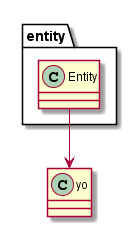
This is uml/classes_001.png from the-zucc/coureur-de-bois, a PlantUML export, as it was before one commit. The source it was exported from:
```plantuml
@startuml
class yo{

}
entity.Entity --> yo
@enduml
```
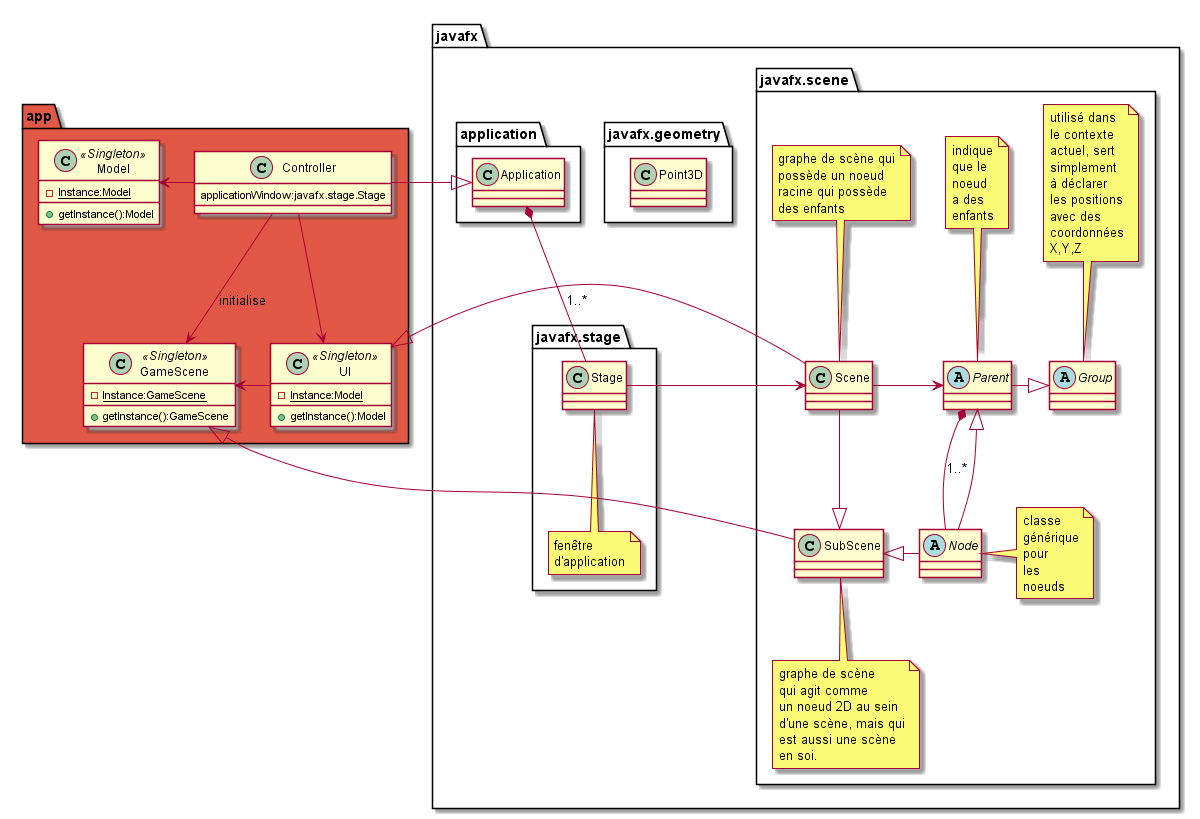
Above is the later version.

Commit message:
developpe le UML

The edit, as a diff of the source:
```diff
@@ -1,6 +1,70 @@
 @startuml
-class yo{
+package javafx{
 
+    package javafx.stage{
+        class Stage
+        note bottom:fenêtre\nd'application
+    }
+
+    package javafx.scene #ffffff{
+        class Scene
+        note top:graphe de scène qui\npossède un noeud\nracine qui possède\ndes enfants
+        Stage -left-> Scene
+
+
+        abstract class Node
+        note right:classe\ngénérique\npour\nles\nnoeuds
+        Parent *-down- Node:"1..*"
+
+        class SubScene
+        note bottom:graphe de scène\nqui agit comme\nun noeud 2D au sein\nd'une scène, mais qui\nest aussi une scène\nen soi.
+        SubScene <|-left- Node
+        SubScene <|-up- Scene
+
+        abstract class Parent
+        note top:indique\nque le\nnoeud\na des\nenfants
+        Parent <|-down-Node
+        Scene -right-> Parent
+
+        abstract class Group
+        note top:utilisé dans\nle contexte\nactuel, sert\nsimplement\nà déclarer\nles positions\navec des\ncoordonnées\nX,Y,Z
+        Group <|-left- Parent
+    }
+
+    package javafx.geometry{
+        class Point3D
+    }
+    package application{
+        class Application{
+
+        }
+        Application *-- Stage : "1..*"
+    }
 }
-entity.Entity --> yo
+
+package app #e25846{
+    class Model<<Singleton>>{
+        - {static} Instance:Model
+        + getInstance():Model
+    }
+    class UI<<Singleton>>{
+        - {static} Instance:Model
+        + getInstance():Model
+    }
+    UI <|-- Scene
+    class GameScene<<Singleton>>{
+        - {static} Instance:GameScene
+        + getInstance():GameScene
+    }
+    GameScene <|-- SubScene
+
+    UI -left-> GameScene
+    class Controller{
+        applicationWindow:javafx.stage.Stage
+    }
+    Controller --> UI
+    Controller --> GameScene: "initialise"
+    Controller -left-> Model
+    Controller -left-|> Application
+}
 @enduml
```
